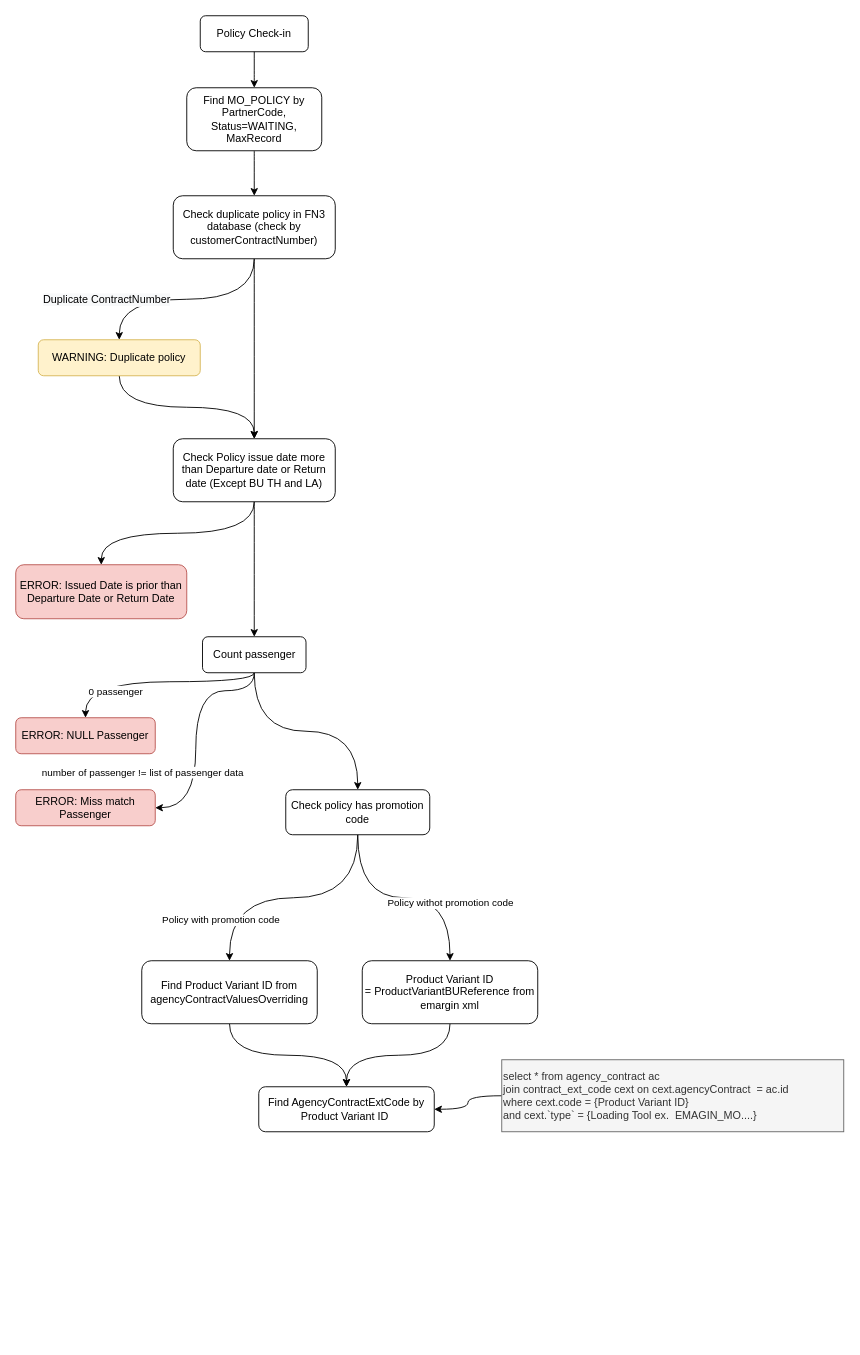
Above: PolicyCheckin Condition.drawio in phatcharalaw/my-doc (draw.io), before the change. Source tidied: cells renumbered, new cells numbered last; positions are measured from the earlier drawing's top-left corner, leaving out a move shared by most shapes. Both pictures are drawn from the tidied source at 90%, with x=0, y=0 at pixel (15, 15).
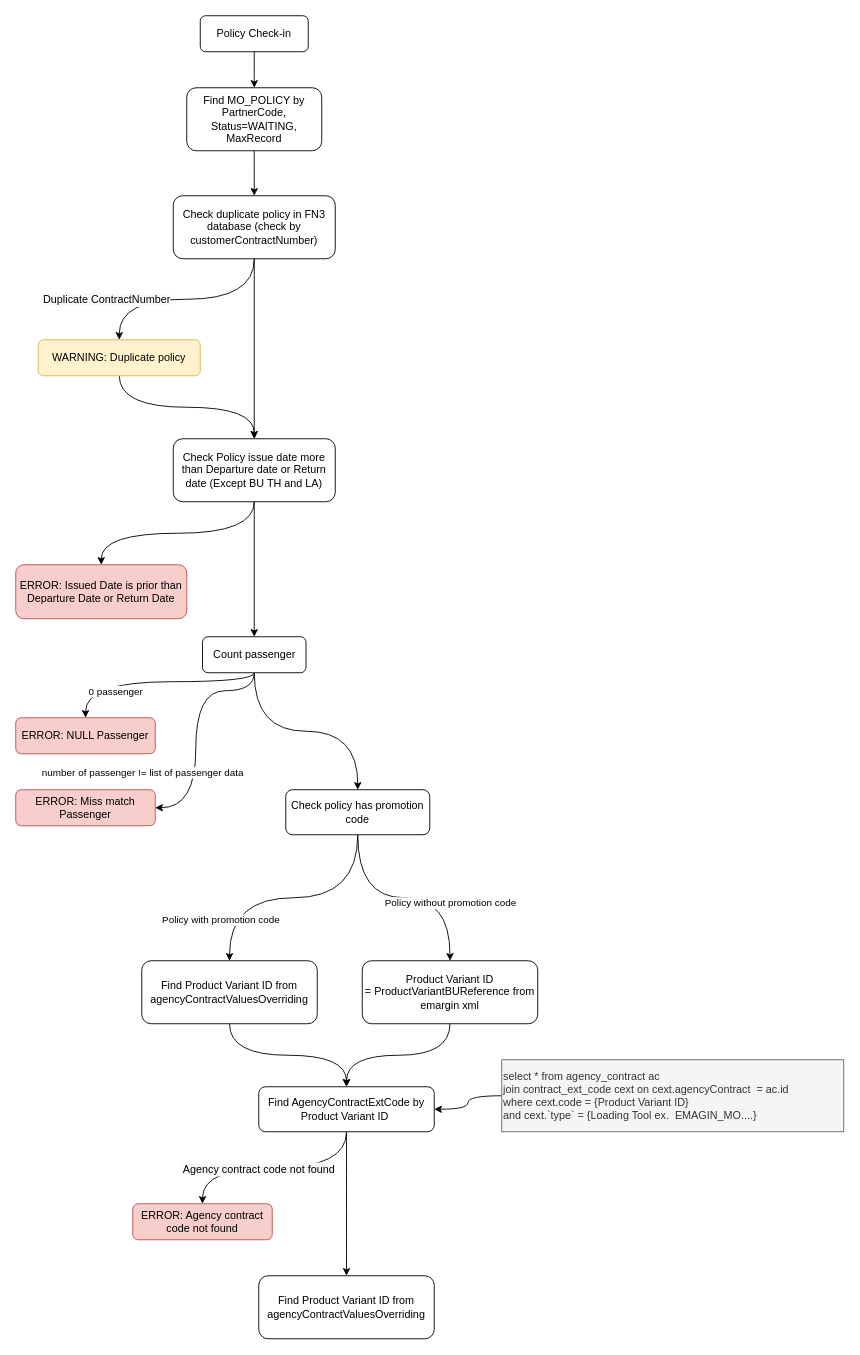
The same page after the edit.

The change refers to these unchanged cells:
```xml
<mxCell id="25" style="edgeStyle=orthogonalEdgeStyle;curved=1;rounded=0;jettySize=auto;html=1;startArrow=none;startFill=0;endArrow=classic;endFill=1;" parent="1" edge="1" source="27" target="31">
  <mxGeometry relative="1" as="geometry" />
</mxCell>
<mxCell id="32" value="Find AgencyContractExtCode by Product Variant ID&amp;nbsp;" style="rounded=1;whiteSpace=wrap;html=1;" parent="1" vertex="1">
  <mxGeometry x="270" y="1190" width="195" height="50" as="geometry" />
</mxCell>
```

Change to the diagram source:
```diff
@@
-    <mxCell id="26" value="Policy withot promotion code" style="edgeLabel;html=1;align=center;verticalAlign=middle;" parent="25" vertex="1">
+    <mxCell id="26" value="Policy without promotion code" style="edgeLabel;html=1;align=center;verticalAlign=middle;" parent="25" vertex="1">
       <mxGeometry x="0.42" y="-5" relative="1" as="geometry" />
     </mxCell>
@@
+    <mxCell id="35" style="edgeStyle=orthogonalEdgeStyle;curved=1;rounded=0;jettySize=auto;html=1;startArrow=none;startFill=0;endArrow=classic;endFill=1;" parent="1" edge="1" source="32" target="38">
+      <mxGeometry relative="1" as="geometry" />
+    </mxCell>
+    <mxCell id="36" value="&lt;span style=&quot;font-size: 12px ; background-color: rgb(248 , 249 , 250)&quot;&gt;Agency contract code not found&lt;/span&gt;" style="edgeLabel;html=1;align=center;verticalAlign=middle;" parent="35" vertex="1">
+      <mxGeometry x="0.16" y="1" relative="1" as="geometry">
+        <mxPoint x="1" as="offset" />
+      </mxGeometry>
+    </mxCell>
+    <mxCell id="37" style="edgeStyle=orthogonalEdgeStyle;curved=1;rounded=0;jettySize=auto;html=1;entryX=0.5;entryY=0;entryDx=0;entryDy=0;startArrow=none;startFill=0;endArrow=classic;endFill=1;" parent="1" edge="1" source="32" target="39">
+      <mxGeometry relative="1" as="geometry" />
+    </mxCell>
@@
+    <mxCell id="38" value="ERROR: Agency contract code not found" style="rounded=1;whiteSpace=wrap;html=1;fillColor=#f8cecc;strokeColor=#b85450;" parent="1" vertex="1">
+      <mxGeometry x="130" y="1320" width="155" height="40" as="geometry" />
+    </mxCell>
+    <mxCell id="39" value="Find Product Variant ID from agencyContractValuesOverriding" style="rounded=1;whiteSpace=wrap;html=1;" parent="1" vertex="1">
+      <mxGeometry x="270" y="1400" width="195" height="70" as="geometry" />
+    </mxCell>
```
